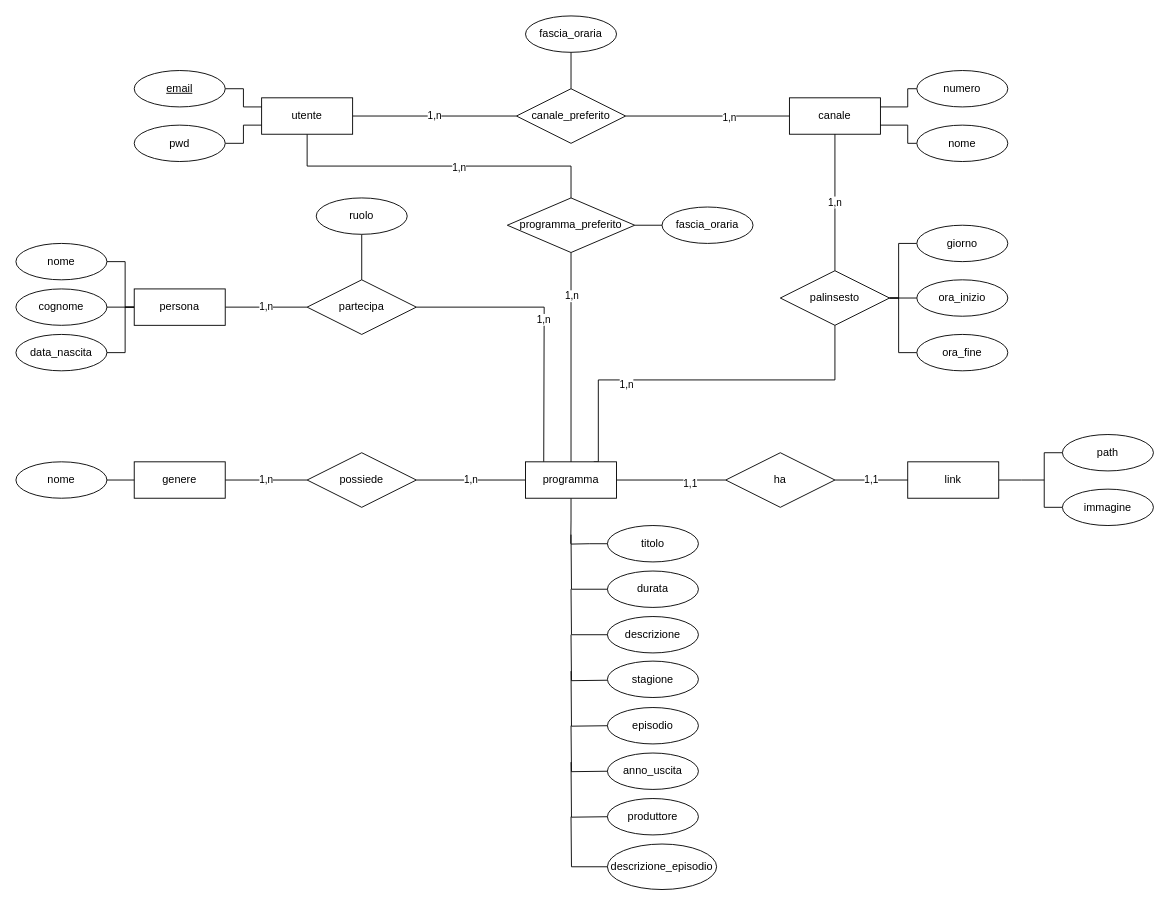
Before: page "Ristr" (2 of 2) of Doc/Er_Definitivo.drawio in Caprielos/Lbd, a draw.io diagram. Source tidied: cells renumbered, new cells numbered last; positions are measured from the earlier drawing's top-left corner, leaving out a move shared by most shapes. Both pictures are drawn from the tidied source at 91%, with x=0, y=0 at pixel (15, 15).
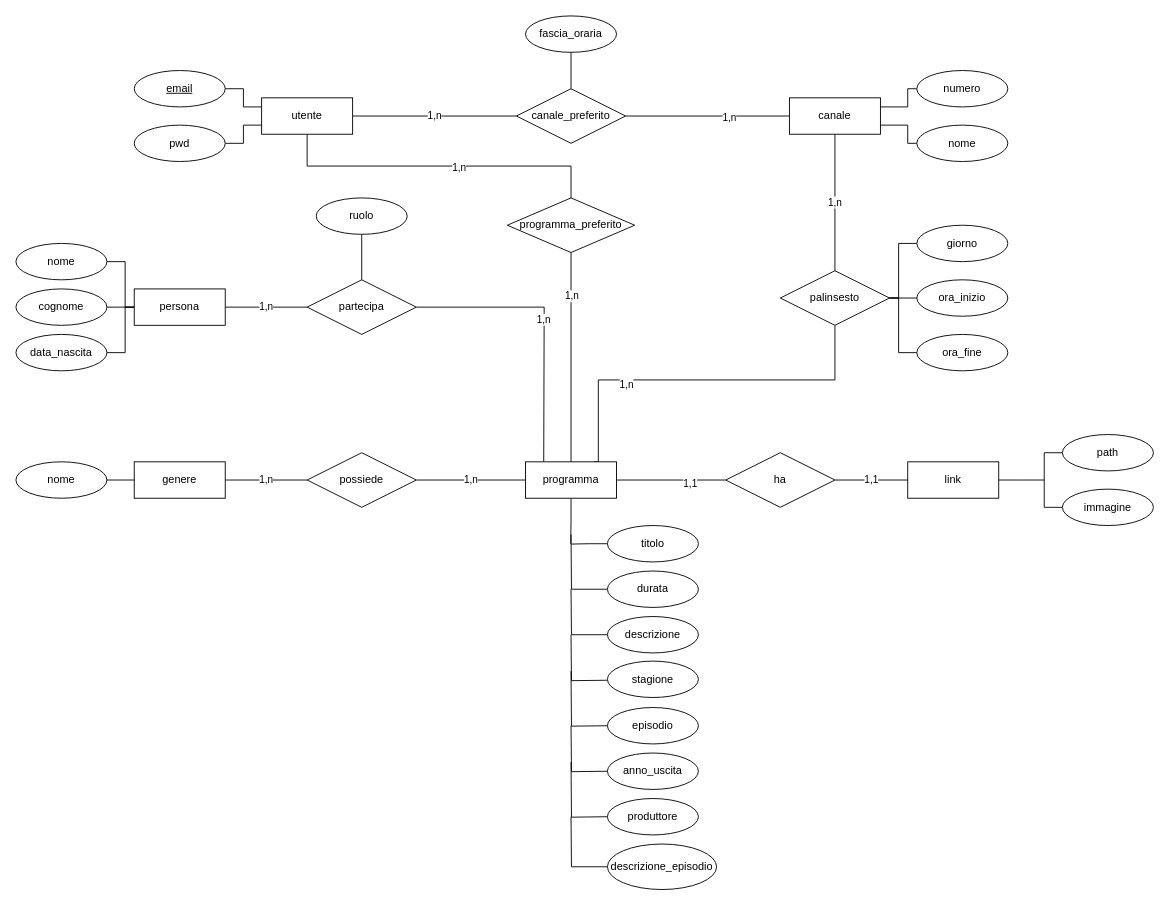
The same page after the edit.

Unchanged cells that the change refers to:
```xml
<mxCell id="46" value="programma_preferito" style="shape=rhombus;perimeter=rhombusPerimeter;whiteSpace=wrap;html=1;align=center;" parent="1" vertex="1">
  <mxGeometry x="540" y="200" width="140" height="60" as="geometry" />
</mxCell>
```

What changed in the source:
```diff
@@
-    <mxCell id="45" style="edgeStyle=orthogonalEdgeStyle;rounded=0;jettySize=auto;html=1;exitX=1;exitY=0.5;exitDx=0;exitDy=0;entryX=0;entryY=0.5;entryDx=0;entryDy=0;endArrow=none;endFill=0;" parent="1" edge="1" source="46" target="75">
-      <mxGeometry relative="1" as="geometry" />
-    </mxCell>
@@
-    <mxCell id="75" value="fascia_oraria" style="ellipse;whiteSpace=wrap;html=1;align=center;" parent="1" vertex="1">
-      <mxGeometry x="710" y="210" width="100" height="40" as="geometry" />
-    </mxCell>
```
